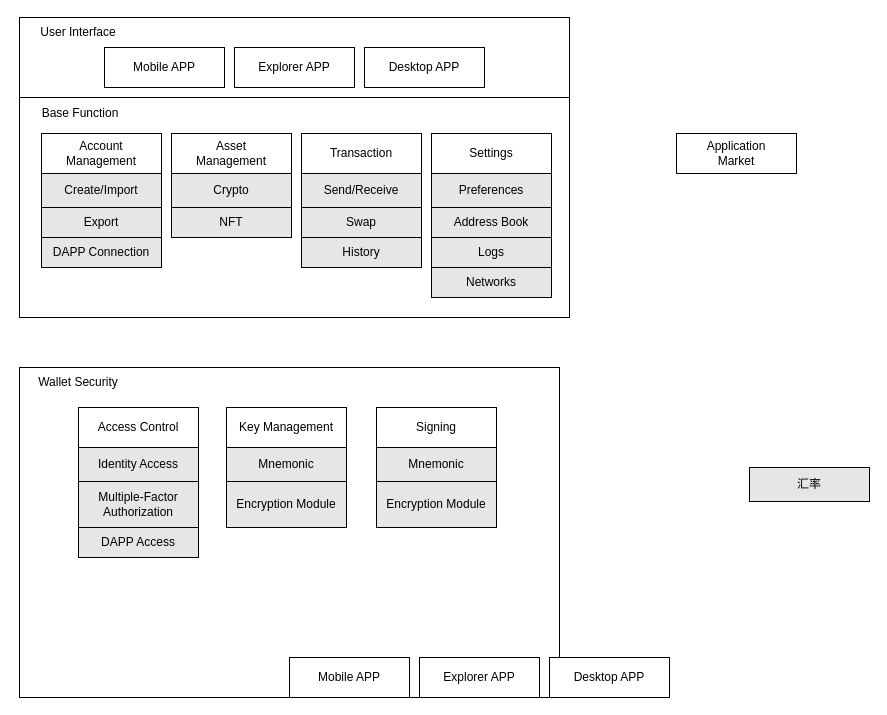
hikariiiiiii/draw keeps this draw.io diagram as Wallet.drawio. Above is the earlier version. Source tidied: cells renumbered, new cells numbered last; positions are measured from the earlier drawing's top-left corner, leaving out a move shared by most shapes. Both pictures are drawn from the tidied source at 100%, with x=0, y=0 at pixel (17, 17).
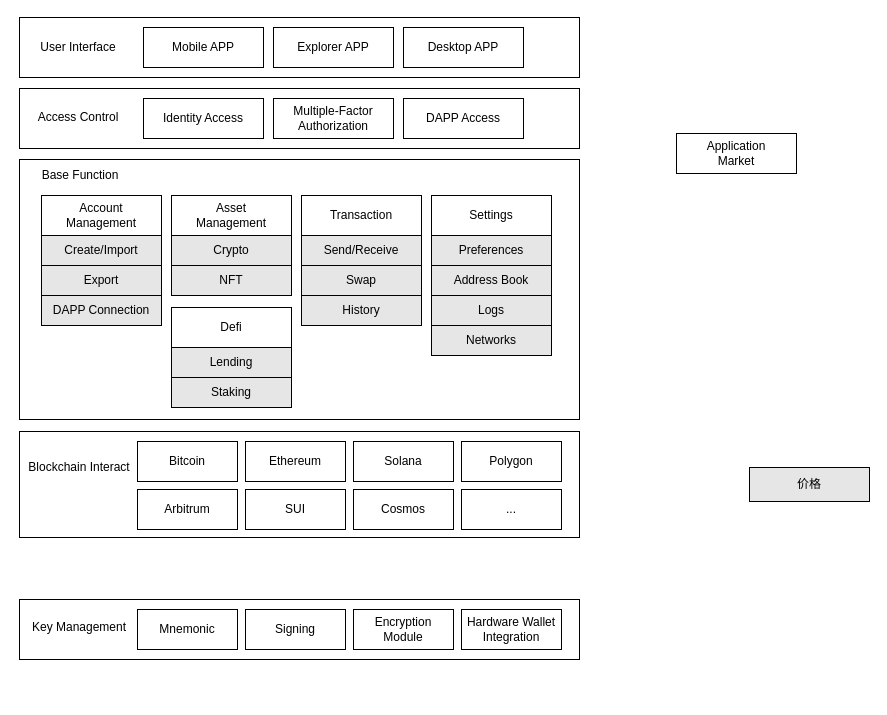
The same page after the edit.

The edit, as a diff of the source:
```diff
@@
     <mxCell id="2" style="rounded=0;whiteSpace=wrap;html=1;" parent="1" vertex="1">
-      <mxGeometry x="2" width="550" height="80" as="geometry" />
+      <mxGeometry x="2" width="560" height="60" as="geometry" />
     </mxCell>
     <mxCell id="3" value="User Interface" style="text;html=1;align=center;verticalAlign=middle;whiteSpace=wrap;rounded=0;" parent="1" vertex="1">
-      <mxGeometry x="6" width="110" height="30" as="geometry" />
+      <mxGeometry x="6" y="15" width="110" height="30" as="geometry" />
     </mxCell>
     <mxCell id="4" value="Mobile APP" style="rounded=0;whiteSpace=wrap;html=1;" parent="1" vertex="1">
-      <mxGeometry x="87" y="30" width="120" height="40" as="geometry" />
+      <mxGeometry x="126" y="10" width="120" height="40" as="geometry" />
     </mxCell>
     <mxCell id="5" value="Explorer APP" style="rounded=0;whiteSpace=wrap;html=1;" parent="1" vertex="1">
-      <mxGeometry x="217" y="30" width="120" height="40" as="geometry" />
+      <mxGeometry x="256" y="10" width="120" height="40" as="geometry" />
     </mxCell>
     <mxCell id="6" value="Desktop APP" style="rounded=0;whiteSpace=wrap;html=1;" parent="1" vertex="1">
-      <mxGeometry x="347" y="30" width="120" height="40" as="geometry" />
+      <mxGeometry x="386" y="10" width="120" height="40" as="geometry" />
     </mxCell>
     <mxCell id="7" style="rounded=0;whiteSpace=wrap;html=1;" parent="1" vertex="1">
-      <mxGeometry x="2" y="80" width="550" height="220" as="geometry" />
+      <mxGeometry x="2" y="142" width="560" height="260" as="geometry" />
     </mxCell>
     <mxCell id="8" value="Base Function" style="text;html=1;align=center;verticalAlign=middle;whiteSpace=wrap;rounded=0;" parent="1" vertex="1">
-      <mxGeometry y="81" width="126" height="30" as="geometry" />
+      <mxGeometry y="143" width="126" height="30" as="geometry" />
     </mxCell>
     <mxCell id="9" value="Crypto" style="rounded=0;whiteSpace=wrap;html=1;fillColor=light-dark(#E6E6E6,var(--ge-dark-color, #121212));" parent="1" vertex="1">
-      <mxGeometry x="154" y="156" width="120" height="34" as="geometry" />
+      <mxGeometry x="154" y="218" width="120" height="30" as="geometry" />
     </mxCell>
     <mxCell id="10" value="NFT" style="rounded=0;whiteSpace=wrap;html=1;fillColor=light-dark(#E6E6E6,var(--ge-dark-color, #121212));" parent="1" vertex="1">
-      <mxGeometry x="154" y="190" width="120" height="30" as="geometry" />
+      <mxGeometry x="154" y="248" width="120" height="30" as="geometry" />
     </mxCell>
     <mxCell id="11" value="Asset&lt;div&gt;Management&lt;/div&gt;" style="rounded=0;whiteSpace=wrap;html=1;" parent="1" vertex="1">
-      <mxGeometry x="154" y="116" width="120" height="40" as="geometry" />
+      <mxGeometry x="154" y="178" width="120" height="40" as="geometry" />
     </mxCell>
     <mxCell id="12" value="Send/Receive" style="rounded=0;whiteSpace=wrap;html=1;fillColor=light-dark(#E6E6E6,var(--ge-dark-color, #121212));" parent="1" vertex="1">
-      <mxGeometry x="284" y="156" width="120" height="34" as="geometry" />
+      <mxGeometry x="284" y="218" width="120" height="30" as="geometry" />
     </mxCell>
     <mxCell id="13" value="Swap" style="rounded=0;whiteSpace=wrap;html=1;fillColor=light-dark(#E6E6E6,var(--ge-dark-color, #121212));" parent="1" vertex="1">
-      <mxGeometry x="284" y="190" width="120" height="30" as="geometry" />
+      <mxGeometry x="284" y="248" width="120" height="30" as="geometry" />
     </mxCell>
     <mxCell id="14" value="Transaction" style="rounded=0;whiteSpace=wrap;html=1;" parent="1" vertex="1">
-      <mxGeometry x="284" y="116" width="120" height="40" as="geometry" />
+      <mxGeometry x="284" y="178" width="120" height="40" as="geometry" />
     </mxCell>
     <mxCell id="15" value="Create/Import" style="rounded=0;whiteSpace=wrap;html=1;fillColor=light-dark(#E6E6E6,var(--ge-dark-color, #121212));" parent="1" vertex="1">
-      <mxGeometry x="24" y="156" width="120" height="34" as="geometry" />
+      <mxGeometry x="24" y="218" width="120" height="30" as="geometry" />
     </mxCell>
     <mxCell id="16" value="Export" style="rounded=0;whiteSpace=wrap;html=1;fillColor=light-dark(#E6E6E6,var(--ge-dark-color, #121212));" parent="1" vertex="1">
-      <mxGeometry x="24" y="190" width="120" height="30" as="geometry" />
+      <mxGeometry x="24" y="248" width="120" height="30" as="geometry" />
     </mxCell>
     <mxCell id="17" value="Account&lt;div&gt;Management&lt;/div&gt;" style="rounded=0;whiteSpace=wrap;html=1;" parent="1" vertex="1">
-      <mxGeometry x="24" y="116" width="120" height="40" as="geometry" />
+      <mxGeometry x="24" y="178" width="120" height="40" as="geometry" />
     </mxCell>
-    <mxCell id="18" value="汇率" style="rounded=0;whiteSpace=wrap;html=1;fillColor=light-dark(#E6E6E6,var(--ge-dark-color, #121212));" parent="1" vertex="1">
+    <mxCell id="18" value="价格" style="rounded=0;whiteSpace=wrap;html=1;fillColor=light-dark(#E6E6E6,var(--ge-dark-color, #121212));" parent="1" vertex="1">
       <mxGeometry x="732" y="450" width="120" height="34" as="geometry" />
     </mxCell>
     <mxCell id="19" value="History" style="rounded=0;whiteSpace=wrap;html=1;fillColor=light-dark(#E6E6E6,var(--ge-dark-color, #121212));" parent="1" vertex="1">
-      <mxGeometry x="284" y="220" width="120" height="30" as="geometry" />
+      <mxGeometry x="284" y="278" width="120" height="30" as="geometry" />
     </mxCell>
     <mxCell id="20" value="Preferences" style="rounded=0;whiteSpace=wrap;html=1;fillColor=light-dark(#E6E6E6,var(--ge-dark-color, #121212));" parent="1" vertex="1">
-      <mxGeometry x="414" y="156" width="120" height="34" as="geometry" />
+      <mxGeometry x="414" y="218" width="120" height="30" as="geometry" />
     </mxCell>
     <mxCell id="21" value="Address Book" style="rounded=0;whiteSpace=wrap;html=1;fillColor=light-dark(#E6E6E6,var(--ge-dark-color, #121212));" parent="1" vertex="1">
-      <mxGeometry x="414" y="190" width="120" height="30" as="geometry" />
+      <mxGeometry x="414" y="248" width="120" height="30" as="geometry" />
     </mxCell>
     <mxCell id="22" value="Settings" style="rounded=0;whiteSpace=wrap;html=1;" parent="1" vertex="1">
-      <mxGeometry x="414" y="116" width="120" height="40" as="geometry" />
+      <mxGeometry x="414" y="178" width="120" height="40" as="geometry" />
     </mxCell>
     <mxCell id="23" value="Logs" style="rounded=0;whiteSpace=wrap;html=1;fillColor=light-dark(#E6E6E6,var(--ge-dark-color, #121212));" parent="1" vertex="1">
-      <mxGeometry x="414" y="220" width="120" height="30" as="geometry" />
+      <mxGeometry x="414" y="278" width="120" height="30" as="geometry" />
     </mxCell>
     <mxCell id="24" value="Networks" style="rounded=0;whiteSpace=wrap;html=1;fillColor=light-dark(#E6E6E6,var(--ge-dark-color, #121212));" parent="1" vertex="1">
-      <mxGeometry x="414" y="250" width="120" height="30" as="geometry" />
+      <mxGeometry x="414" y="308" width="120" height="30" as="geometry" />
     </mxCell>
     <mxCell id="25" value="DAPP Connection" style="rounded=0;whiteSpace=wrap;html=1;fillColor=light-dark(#E6E6E6,var(--ge-dark-color, #121212));" parent="1" vertex="1">
-      <mxGeometry x="24" y="220" width="120" height="30" as="geometry" />
+      <mxGeometry x="24" y="278" width="120" height="30" as="geometry" />
     </mxCell>
@@
-    <mxCell id="27" style="rounded=0;whiteSpace=wrap;html=1;" parent="1" vertex="1">
-      <mxGeometry x="2" y="350" width="540" height="330" as="geometry" />
-    </mxCell>
-    <mxCell id="28" value="Wallet Security" style="text;html=1;align=center;verticalAlign=middle;whiteSpace=wrap;rounded=0;" parent="1" vertex="1">
-      <mxGeometry x="6" y="350" width="110" height="30" as="geometry" />
-    </mxCell>
-    <mxCell id="29" value="Mobile APP" style="rounded=0;whiteSpace=wrap;html=1;" parent="1" vertex="1">
-      <mxGeometry x="272" y="640" width="120" height="40" as="geometry" />
-    </mxCell>
-    <mxCell id="30" value="Explorer APP" style="rounded=0;whiteSpace=wrap;html=1;" parent="1" vertex="1">
-      <mxGeometry x="402" y="640" width="120" height="40" as="geometry" />
-    </mxCell>
-    <mxCell id="31" value="Desktop APP" style="rounded=0;whiteSpace=wrap;html=1;" parent="1" vertex="1">
-      <mxGeometry x="532" y="640" width="120" height="40" as="geometry" />
-    </mxCell>
+    <mxCell id="42" style="rounded=0;whiteSpace=wrap;html=1;" parent="1" vertex="1">
+      <mxGeometry x="2" y="71" width="560" height="60" as="geometry" />
+    </mxCell>
+    <mxCell id="34" value="Access Control" style="text;html=1;align=center;verticalAlign=middle;whiteSpace=wrap;rounded=0;" parent="1" vertex="1">
+      <mxGeometry x="6" y="85" width="110" height="30" as="geometry" />
+    </mxCell>
-    <mxCell id="32" value="&lt;div&gt;Identity Access&lt;/div&gt;" style="rounded=0;whiteSpace=wrap;html=1;fillColor=light-dark(#E6E6E6,var(--ge-dark-color, #121212));" parent="1" vertex="1">
-      <mxGeometry x="61" y="430" width="120" height="34" as="geometry" />
+    <mxCell id="32" value="Identity Access" style="rounded=0;whiteSpace=wrap;html=1;" parent="1" vertex="1">
+      <mxGeometry x="126" y="81" width="120" height="40" as="geometry" />
     </mxCell>
+    <mxCell id="35" value="Multiple-Factor&lt;div&gt;Authorization&lt;/div&gt;" style="rounded=0;whiteSpace=wrap;html=1;" parent="1" vertex="1">
+      <mxGeometry x="256" y="81" width="120" height="40" as="geometry" />
+    </mxCell>
-    <mxCell id="33" value="DAPP Access" style="rounded=0;whiteSpace=wrap;html=1;fillColor=light-dark(#E6E6E6,var(--ge-dark-color, #121212));" parent="1" vertex="1">
-      <mxGeometry x="61" y="510" width="120" height="30" as="geometry" />
+    <mxCell id="33" value="DAPP Access" style="rounded=0;whiteSpace=wrap;html=1;" parent="1" vertex="1">
+      <mxGeometry x="386" y="81" width="120" height="40" as="geometry" />
     </mxCell>
-    <mxCell id="34" value="Access Control" style="rounded=0;whiteSpace=wrap;html=1;" parent="1" vertex="1">
-      <mxGeometry x="61" y="390" width="120" height="40" as="geometry" />
-    </mxCell>
-    <mxCell id="35" value="Multiple-Factor&lt;div&gt;Authorization&lt;/div&gt;" style="rounded=0;whiteSpace=wrap;html=1;fillColor=light-dark(#E6E6E6,var(--ge-dark-color, #121212));" parent="1" vertex="1">
-      <mxGeometry x="61" y="464" width="120" height="46" as="geometry" />
-    </mxCell>
-    <mxCell id="36" value="Mnemonic" style="rounded=0;whiteSpace=wrap;html=1;fillColor=light-dark(#E6E6E6,var(--ge-dark-color, #121212));" parent="1" vertex="1">
-      <mxGeometry x="209" y="430" width="120" height="34" as="geometry" />
-    </mxCell>
+    <mxCell id="43" value="Lending" style="rounded=0;whiteSpace=wrap;html=1;fillColor=light-dark(#E6E6E6,var(--ge-dark-color, #121212));" parent="1" vertex="1">
+      <mxGeometry x="154" y="330" width="120" height="30" as="geometry" />
+    </mxCell>
+    <mxCell id="44" value="Staking" style="rounded=0;whiteSpace=wrap;html=1;fillColor=light-dark(#E6E6E6,var(--ge-dark-color, #121212));" parent="1" vertex="1">
+      <mxGeometry x="154" y="360" width="120" height="30" as="geometry" />
+    </mxCell>
+    <mxCell id="45" value="Defi" style="rounded=0;whiteSpace=wrap;html=1;" parent="1" vertex="1">
+      <mxGeometry x="154" y="290" width="120" height="40" as="geometry" />
+    </mxCell>
+    <mxCell id="46" style="rounded=0;whiteSpace=wrap;html=1;" parent="1" vertex="1">
+      <mxGeometry x="2" y="582" width="560" height="60" as="geometry" />
+    </mxCell>
-    <mxCell id="37" value="Key Management" style="rounded=0;whiteSpace=wrap;html=1;" parent="1" vertex="1">
-      <mxGeometry x="209" y="390" width="120" height="40" as="geometry" />
+    <mxCell id="37" value="Key Management" style="text;html=1;align=center;verticalAlign=middle;whiteSpace=wrap;rounded=0;" parent="1" vertex="1">
+      <mxGeometry x="7" y="595" width="110" height="30" as="geometry" />
     </mxCell>
-    <mxCell id="38" value="Encryption Module" style="rounded=0;whiteSpace=wrap;html=1;fillColor=light-dark(#E6E6E6,var(--ge-dark-color, #121212));" parent="1" vertex="1">
-      <mxGeometry x="209" y="464" width="120" height="46" as="geometry" />
-    </mxCell>
-    <mxCell id="39" value="Mnemonic" style="rounded=0;whiteSpace=wrap;html=1;fillColor=light-dark(#E6E6E6,var(--ge-dark-color, #121212));" parent="1" vertex="1">
-      <mxGeometry x="359" y="430" width="120" height="34" as="geometry" />
-    </mxCell>
+    <mxCell id="47" value="Mnemonic" style="rounded=0;whiteSpace=wrap;html=1;" parent="1" vertex="1">
+      <mxGeometry x="120" y="592" width="100" height="40" as="geometry" />
+    </mxCell>
     <mxCell id="40" value="Signing" style="rounded=0;whiteSpace=wrap;html=1;" parent="1" vertex="1">
-      <mxGeometry x="359" y="390" width="120" height="40" as="geometry" />
+      <mxGeometry x="228" y="592" width="100" height="40" as="geometry" />
     </mxCell>
-    <mxCell id="41" value="Encryption Module" style="rounded=0;whiteSpace=wrap;html=1;fillColor=light-dark(#E6E6E6,var(--ge-dark-color, #121212));" parent="1" vertex="1">
-      <mxGeometry x="359" y="464" width="120" height="46" as="geometry" />
-    </mxCell>
+    <mxCell id="48" value="Encryption Module" style="rounded=0;whiteSpace=wrap;html=1;" parent="1" vertex="1">
+      <mxGeometry x="336" y="592" width="100" height="40" as="geometry" />
+    </mxCell>
+    <mxCell id="49" value="Hardware Wallet Integration" style="rounded=0;whiteSpace=wrap;html=1;" parent="1" vertex="1">
+      <mxGeometry x="444" y="592" width="100" height="40" as="geometry" />
+    </mxCell>
+    <mxCell id="50" style="rounded=0;whiteSpace=wrap;html=1;" parent="1" vertex="1">
+      <mxGeometry x="2" y="414" width="560" height="106" as="geometry" />
+    </mxCell>
+    <mxCell id="51" value="Blockchain Interact" style="text;html=1;align=center;verticalAlign=middle;whiteSpace=wrap;rounded=0;" parent="1" vertex="1">
+      <mxGeometry x="7" y="435" width="110" height="30" as="geometry" />
+    </mxCell>
+    <mxCell id="52" value="Bitcoin" style="rounded=0;whiteSpace=wrap;html=1;" parent="1" vertex="1">
+      <mxGeometry x="120" y="424" width="100" height="40" as="geometry" />
+    </mxCell>
+    <mxCell id="53" value="Ethereum" style="rounded=0;whiteSpace=wrap;html=1;" parent="1" vertex="1">
+      <mxGeometry x="228" y="424" width="100" height="40" as="geometry" />
+    </mxCell>
+    <mxCell id="54" value="Solana" style="rounded=0;whiteSpace=wrap;html=1;" parent="1" vertex="1">
+      <mxGeometry x="336" y="424" width="100" height="40" as="geometry" />
+    </mxCell>
+    <mxCell id="55" value="Polygon" style="rounded=0;whiteSpace=wrap;html=1;" parent="1" vertex="1">
+      <mxGeometry x="444" y="424" width="100" height="40" as="geometry" />
+    </mxCell>
+    <mxCell id="56" value="Arbitrum" style="rounded=0;whiteSpace=wrap;html=1;" parent="1" vertex="1">
+      <mxGeometry x="120" y="472" width="100" height="40" as="geometry" />
+    </mxCell>
+    <mxCell id="57" value="SUI" style="rounded=0;whiteSpace=wrap;html=1;" parent="1" vertex="1">
+      <mxGeometry x="228" y="472" width="100" height="40" as="geometry" />
+    </mxCell>
+    <mxCell id="58" value="Cosmos" style="rounded=0;whiteSpace=wrap;html=1;" parent="1" vertex="1">
+      <mxGeometry x="336" y="472" width="100" height="40" as="geometry" />
+    </mxCell>
+    <mxCell id="59" value="..." style="rounded=0;whiteSpace=wrap;html=1;" parent="1" vertex="1">
+      <mxGeometry x="444" y="472" width="100" height="40" as="geometry" />
+    </mxCell>
```
